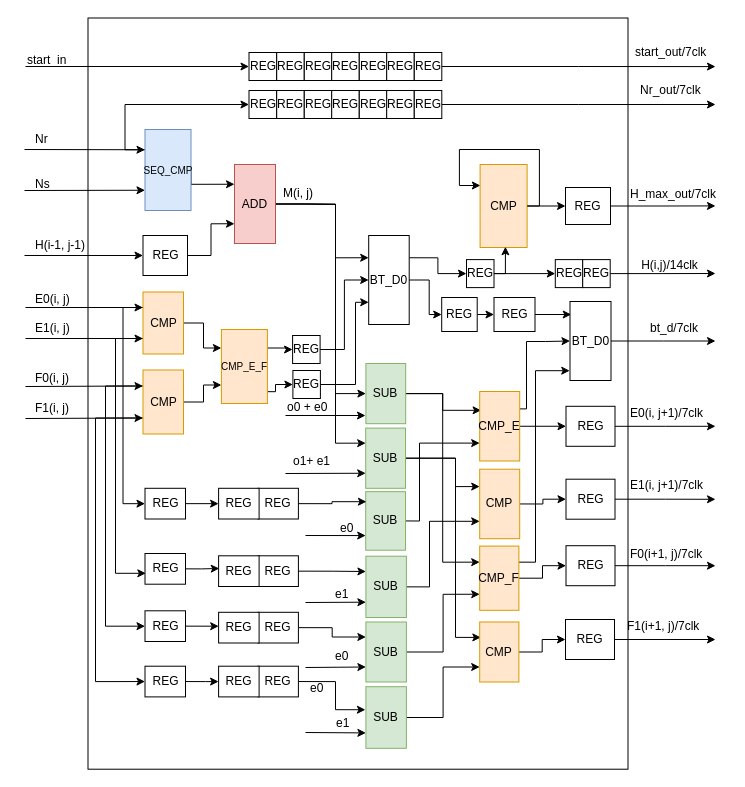
The draw.io diagram page "PE0" (8 of 21) of FPGA_output.drawio in muguang123/drwaio, before the edit. Source tidied: cells renumbered, new cells numbered last; positions are measured from the earlier drawing's top-left corner, leaving out a move shared by most shapes. Both pictures are drawn from the tidied source at 100%, with x=0, y=0 at pixel (24, 18).
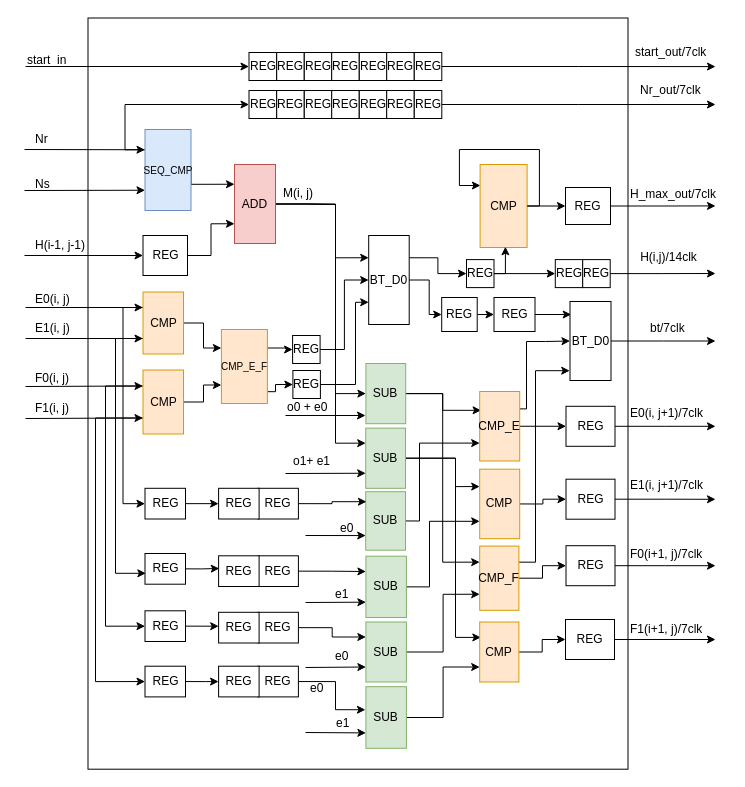
Above is the later version.

What changed in the source:
```diff
@@
-    <mxCell id="80" value="bt_d/7clk" style="text;html=1;align=left;verticalAlign=top;spacingTop=-4;" parent="1" vertex="1">
-      <mxGeometry x="623.5" y="300.1" width="60" height="20" as="geometry" />
+    <mxCell id="80" value="bt/7clk" style="text;html=1;align=left;verticalAlign=top;spacingTop=-4;" parent="1" vertex="1">
+      <mxGeometry x="623.5" y="300.1" width="50" height="20" as="geometry" />
     </mxCell>
@@
     <mxCell id="146" value="F1(i+1, j)/7clk" style="text;html=1;align=left;verticalAlign=top;spacingTop=-4;" parent="1" vertex="1">
-      <mxGeometry x="601" y="597.7" width="90" height="10" as="geometry" />
+      <mxGeometry x="603.5" y="601" width="90" height="10" as="geometry" />
     </mxCell>
@@
     <mxCell id="151" value="H(i,j)/14clk" style="text;html=1;align=center;verticalAlign=middle;" parent="1" vertex="1">
-      <mxGeometry x="610" y="237" width="70" height="20" as="geometry" />
+      <mxGeometry x="608.5" y="229" width="70" height="20" as="geometry" />
     </mxCell>
```
